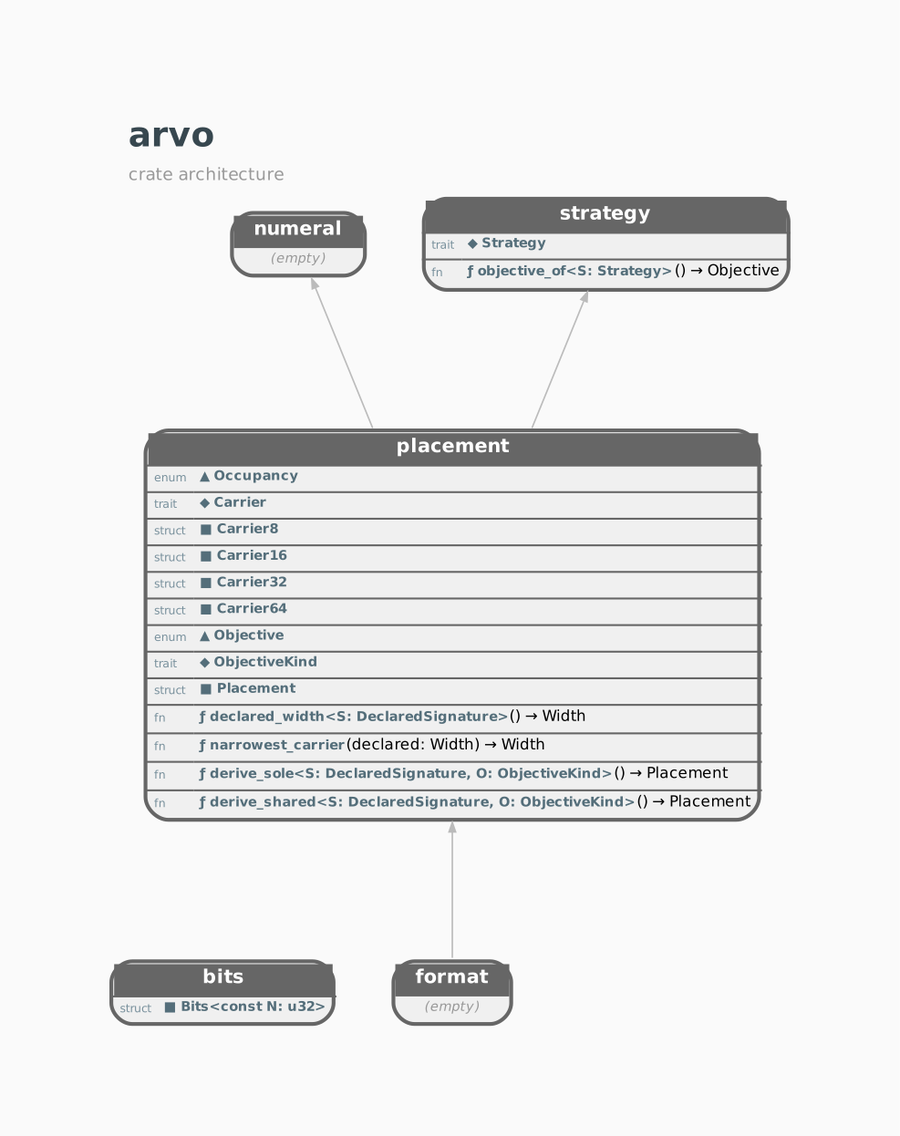
The Graphviz diagram docs/STRUCTURE.GRAPH.png in orgrinrt/arvo, before a commit. Its source is kept beside it as docs/STRUCTURE.GRAPH.dot. Its diagram source:
```dot

digraph "arvo" {
    rankdir=BT;
    newrank=true;
    bgcolor="#FAFAFA";
    graph [fontname="Helvetica", fontsize=10, pad=0.8, nodesep=0.4, ranksep=1.0];
    node [fontname="Helvetica", fontsize=8];
    edge [fontname="Helvetica", fontsize=7, color="#BBBBBB", arrowsize=0.5, penwidth=0.8];

    labelloc=t;
    labeljust=l;
    label=<<TABLE BORDER="0" CELLBORDER="0" CELLSPACING="0"><TR><TD ALIGN="LEFT"><FONT POINT-SIZE="18" COLOR="#37474F"><B>arvo</B></FONT></TD></TR><TR><TD ALIGN="LEFT"><FONT POINT-SIZE="9" COLOR="#999999">crate architecture</FONT></TD></TR></TABLE>>;

    arvo_bits [shape=none, margin=0, label=<<TABLE BORDER="2" CELLBORDER="0" CELLSPACING="0" CELLPADDING="3" BGCOLOR="#F0F0F0" COLOR="#666666" STYLE="ROUNDED"><TR><TD COLSPAN="2" BGCOLOR="#666666" ALIGN="CENTER"><FONT COLOR="white" POINT-SIZE="10"><B>  bits  </B></FONT></TD></TR><HR/><TR><TD ALIGN="LEFT"><FONT COLOR="#78909C" POINT-SIZE="6">struct</FONT></TD><TD ALIGN="LEFT" PORT="p_Bits"><FONT COLOR="#546E7A" POINT-SIZE="7"><B>■ Bits&lt;const N: u32&gt;</B></FONT></TD></TR></TABLE>>];
    arvo_format [shape=none, margin=0, label=<<TABLE BORDER="2" CELLBORDER="0" CELLSPACING="0" CELLPADDING="3" BGCOLOR="#F0F0F0" COLOR="#666666" STYLE="ROUNDED"><TR><TD COLSPAN="2" BGCOLOR="#666666" ALIGN="CENTER"><FONT COLOR="white" POINT-SIZE="10"><B>  format  </B></FONT></TD></TR><TR><TD COLSPAN="2"><FONT COLOR="#999999" POINT-SIZE="7"><I>(empty)</I></FONT></TD></TR></TABLE>>];
    arvo_numeral [shape=none, margin=0, label=<<TABLE BORDER="2" CELLBORDER="0" CELLSPACING="0" CELLPADDING="3" BGCOLOR="#F0F0F0" COLOR="#666666" STYLE="ROUNDED"><TR><TD COLSPAN="2" BGCOLOR="#666666" ALIGN="CENTER"><FONT COLOR="white" POINT-SIZE="10"><B>  numeral  </B></FONT></TD></TR><TR><TD COLSPAN="2"><FONT COLOR="#999999" POINT-SIZE="7"><I>(empty)</I></FONT></TD></TR></TABLE>>];
    arvo_placement [shape=none, margin=0, label=<<TABLE BORDER="2" CELLBORDER="0" CELLSPACING="0" CELLPADDING="3" BGCOLOR="#F0F0F0" COLOR="#666666" STYLE="ROUNDED"><TR><TD COLSPAN="2" BGCOLOR="#666666" ALIGN="CENTER"><FONT COLOR="white" POINT-SIZE="10"><B>  placement  </B></FONT></TD></TR><HR/><TR><TD ALIGN="LEFT"><FONT COLOR="#78909C" POINT-SIZE="6">enum</FONT></TD><TD ALIGN="LEFT" PORT="p_Occupancy"><FONT COLOR="#546E7A" POINT-SIZE="7"><B>▲ Occupancy</B></FONT></TD></TR><HR/><TR><TD ALIGN="LEFT"><FONT COLOR="#78909C" POINT-SIZE="6">trait</FONT></TD><TD ALIGN="LEFT" PORT="p_Carrier"><FONT COLOR="#546E7A" POINT-SIZE="7"><B>◆ Carrier</B></FONT></TD></TR><HR/><TR><TD ALIGN="LEFT"><FONT COLOR="#78909C" POINT-SIZE="6">struct</FONT></TD><TD ALIGN="LEFT" PORT="p_Carrier8"><FONT COLOR="#546E7A" POINT-SIZE="7"><B>■ Carrier8</B></FONT></TD></TR><HR/><TR><TD ALIGN="LEFT"><FONT COLOR="#78909C" POINT-SIZE="6">struct</FONT></TD><TD ALIGN="LEFT" PORT="p_Carrier16"><FONT COLOR="#546E7A" POINT-SIZE="7"><B>■ Carrier16</B></FONT></TD></TR><HR/><TR><TD ALIGN="LEFT"><FONT COLOR="#78909C" POINT-SIZE="6">struct</FONT></TD><TD ALIGN="LEFT" PORT="p_Carrier32"><FONT COLOR="#546E7A" POINT-SIZE="7"><B>■ Carrier32</B></FONT></TD></TR><HR/><TR><TD ALIGN="LEFT"><FONT COLOR="#78909C" POINT-SIZE="6">struct</FONT></TD><TD ALIGN="LEFT" PORT="p_Carrier64"><FONT COLOR="#546E7A" POINT-SIZE="7"><B>■ Carrier64</B></FONT></TD></TR><HR/><TR><TD ALIGN="LEFT"><FONT COLOR="#78909C" POINT-SIZE="6">enum</FONT></TD><TD ALIGN="LEFT" PORT="p_Objective"><FONT COLOR="#546E7A" POINT-SIZE="7"><B>▲ Objective</B></FONT></TD></TR><HR/><TR><TD ALIGN="LEFT"><FONT COLOR="#78909C" POINT-SIZE="6">trait</FONT></TD><TD ALIGN="LEFT" PORT="p_ObjectiveKind"><FONT COLOR="#546E7A" POINT-SIZE="7"><B>◆ ObjectiveKind</B></FONT></TD></TR><HR/><TR><TD ALIGN="LEFT"><FONT COLOR="#78909C" POINT-SIZE="6">struct</FONT></TD><TD ALIGN="LEFT" PORT="p_Placement"><FONT COLOR="#546E7A" POINT-SIZE="7"><B>■ Placement</B></FONT></TD></TR><HR/><TR><TD ALIGN="LEFT"><FONT COLOR="#78909C" POINT-SIZE="6">fn</FONT></TD><TD ALIGN="LEFT" PORT="p_declared_width"><FONT COLOR="#546E7A" POINT-SIZE="7"><B>ƒ declared_width&lt;S: DeclaredSignature&gt;</B></FONT>() → Width</TD></TR><HR/><TR><TD ALIGN="LEFT"><FONT COLOR="#78909C" POINT-SIZE="6">fn</FONT></TD><TD ALIGN="LEFT" PORT="p_narrowest_carrier"><FONT COLOR="#546E7A" POINT-SIZE="7"><B>ƒ narrowest_carrier</B></FONT>(declared: Width) → Width</TD></TR><HR/><TR><TD ALIGN="LEFT"><FONT COLOR="#78909C" POINT-SIZE="6">fn</FONT></TD><TD ALIGN="LEFT" PORT="p_derive_sole"><FONT COLOR="#546E7A" POINT-SIZE="7"><B>ƒ derive_sole&lt;S: DeclaredSignature, O: ObjectiveKind&gt;</B></FONT>() → Placement</TD></TR><HR/><TR><TD ALIGN="LEFT"><FONT COLOR="#78909C" POINT-SIZE="6">fn</FONT></TD><TD ALIGN="LEFT" PORT="p_derive_shared"><FONT COLOR="#546E7A" POINT-SIZE="7"><B>ƒ derive_shared&lt;S: DeclaredSignature, O: ObjectiveKind&gt;</B></FONT>() → Placement</TD></TR></TABLE>>];
    arvo_strategy [shape=none, margin=0, label=<<TABLE BORDER="2" CELLBORDER="0" CELLSPACING="0" CELLPADDING="3" BGCOLOR="#F0F0F0" COLOR="#666666" STYLE="ROUNDED"><TR><TD COLSPAN="2" BGCOLOR="#666666" ALIGN="CENTER"><FONT COLOR="white" POINT-SIZE="10"><B>  strategy  </B></FONT></TD></TR><HR/><TR><TD ALIGN="LEFT"><FONT COLOR="#78909C" POINT-SIZE="6">trait</FONT></TD><TD ALIGN="LEFT" PORT="p_Strategy"><FONT COLOR="#546E7A" POINT-SIZE="7"><B>◆ Strategy</B></FONT></TD></TR><HR/><TR><TD ALIGN="LEFT"><FONT COLOR="#78909C" POINT-SIZE="6">fn</FONT></TD><TD ALIGN="LEFT" PORT="p_objective_of"><FONT COLOR="#546E7A" POINT-SIZE="7"><B>ƒ objective_of&lt;S: Strategy&gt;</B></FONT>() → Objective</TD></TR></TABLE>>];

    { rank=same; arvo_bits; arvo_format; } // depth 0
    { rank=same; arvo_placement; } // depth 1
    { rank=same; arvo_numeral; arvo_strategy; } // depth 2


    arvo_placement -> arvo_numeral;
    arvo_format -> arvo_placement;
    arvo_placement -> arvo_strategy;

}
```
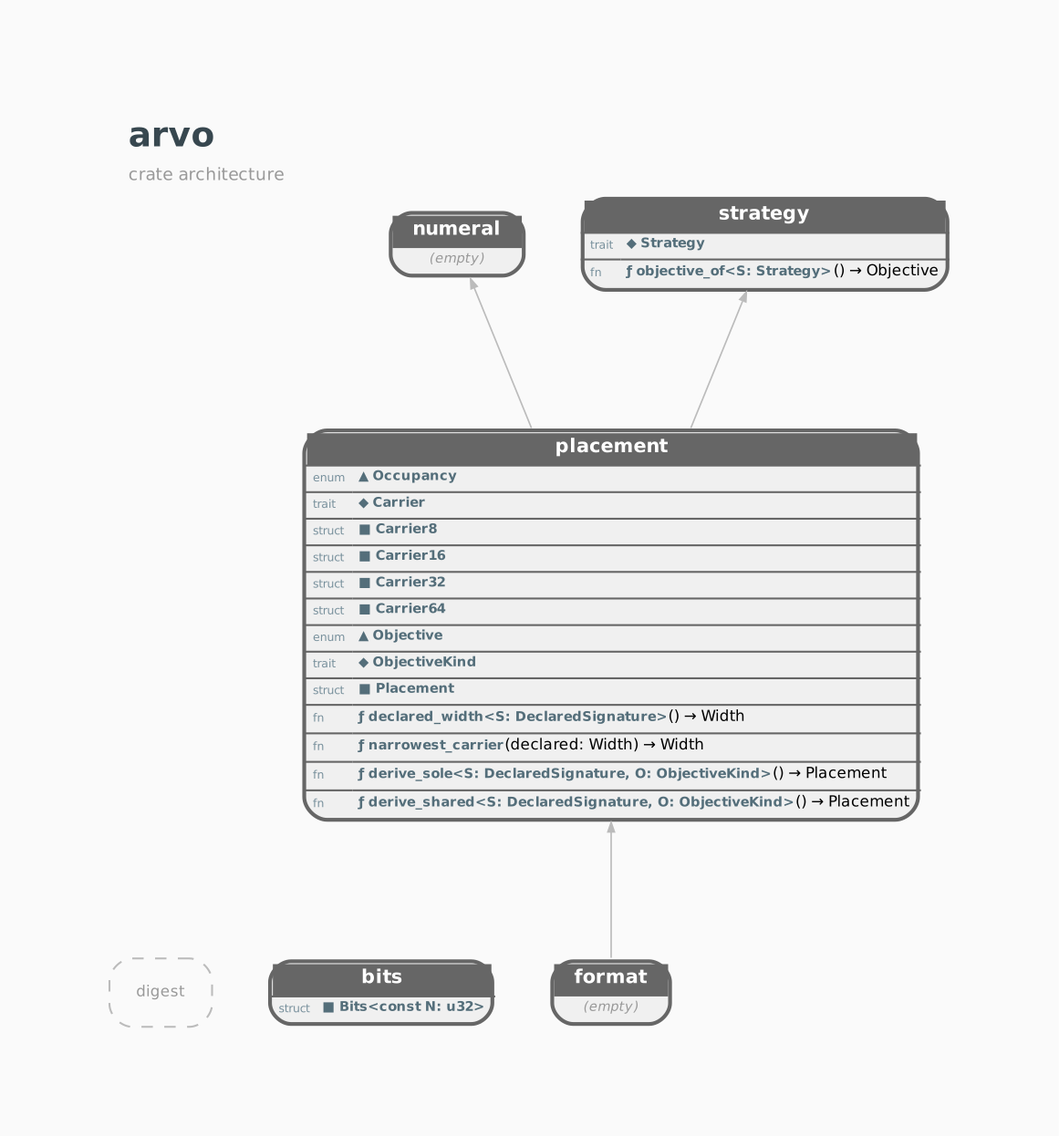
The same diagram one commit later.

Change to the diagram source:
```diff
@@ -10,6 +10,8 @@
     labelloc=t;
     labeljust=l;
     label=<<TABLE BORDER="0" CELLBORDER="0" CELLSPACING="0"><TR><TD ALIGN="LEFT"><FONT POINT-SIZE="18" COLOR="#37474F"><B>arvo</B></FONT></TD></TR><TR><TD ALIGN="LEFT"><FONT POINT-SIZE="9" COLOR="#999999">crate architecture</FONT></TD></TR></TABLE>>;
+
+    arvo_digest [shape=box, style="dashed,rounded", color="#BBBBBB", fontcolor="#999999", label="digest"];
 
     arvo_bits [shape=none, margin=0, label=<<TABLE BORDER="2" CELLBORDER="0" CELLSPACING="0" CELLPADDING="3" BGCOLOR="#F0F0F0" COLOR="#666666" STYLE="ROUNDED"><TR><TD COLSPAN="2" BGCOLOR="#666666" ALIGN="CENTER"><FONT COLOR="white" POINT-SIZE="10"><B>  bits  </B></FONT></TD></TR><HR/><TR><TD ALIGN="LEFT"><FONT COLOR="#78909C" POINT-SIZE="6">struct</FONT></TD><TD ALIGN="LEFT" PORT="p_Bits"><FONT COLOR="#546E7A" POINT-SIZE="7"><B>■ Bits&lt;const N: u32&gt;</B></FONT></TD></TR></TABLE>>];
     arvo_format [shape=none, margin=0, label=<<TABLE BORDER="2" CELLBORDER="0" CELLSPACING="0" CELLPADDING="3" BGCOLOR="#F0F0F0" COLOR="#666666" STYLE="ROUNDED"><TR><TD COLSPAN="2" BGCOLOR="#666666" ALIGN="CENTER"><FONT COLOR="white" POINT-SIZE="10"><B>  format  </B></FONT></TD></TR><TR><TD COLSPAN="2"><FONT COLOR="#999999" POINT-SIZE="7"><I>(empty)</I></FONT></TD></TR></TABLE>>];
```
